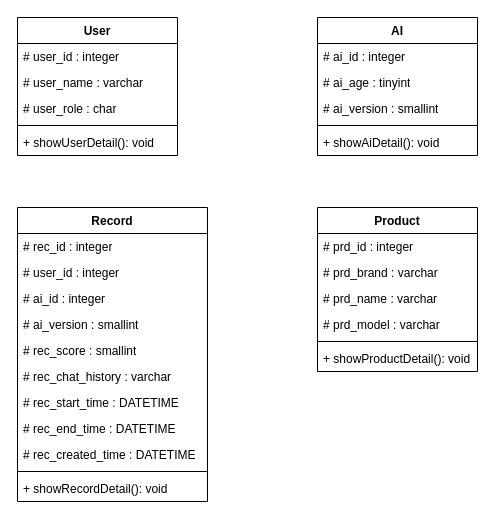
Before: diagrams/class_diagram_design.drawio in University-Bangkok-JW/cs497-project, a draw.io diagram. Source tidied: cells renumbered, new cells numbered last; positions are measured from the earlier drawing's top-left corner, leaving out a move shared by most shapes. Both pictures are drawn from the tidied source at 100%, with x=0, y=0 at pixel (17, 17).
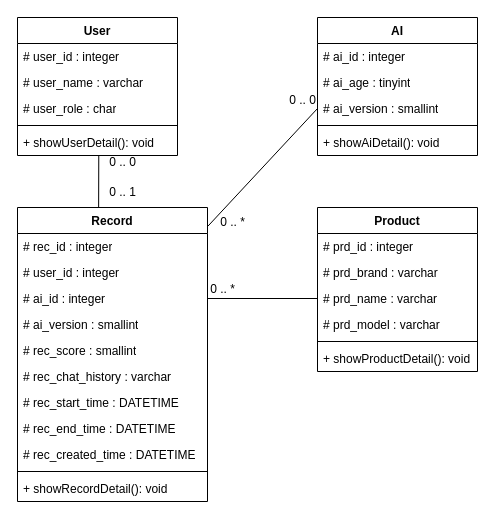
After the change.

Commit message:
Create line relationship

Unchanged cells that the change refers to:
```xml
<mxCell id="7" value="+ showUserDetail(): void" style="text;strokeColor=none;fillColor=none;align=left;verticalAlign=top;spacingLeft=4;spacingRight=4;overflow=hidden;points=[[0,0.5],[1,0.5]];portConstraint=eastwest;whiteSpace=wrap;html=1;" parent="2" vertex="1">
  <mxGeometry y="112" width="160" height="26" as="geometry" />
</mxCell>
<mxCell id="11" value="# ai_version : smallint" style="text;strokeColor=none;fillColor=none;align=left;verticalAlign=top;spacingLeft=4;spacingRight=4;overflow=hidden;points=[[0,0.5],[1,0.5]];portConstraint=eastwest;whiteSpace=wrap;html=1;" parent="8" vertex="1">
  <mxGeometry y="78" width="160" height="26" as="geometry" />
</mxCell>
<mxCell id="17" value="# prd_name&amp;nbsp;: varchar" style="text;strokeColor=none;fillColor=none;align=left;verticalAlign=top;spacingLeft=4;spacingRight=4;overflow=hidden;points=[[0,0.5],[1,0.5]];portConstraint=eastwest;whiteSpace=wrap;html=1;" parent="14" vertex="1">
  <mxGeometry y="78" width="160" height="26" as="geometry" />
</mxCell>
<mxCell id="21" value="Record" style="swimlane;fontStyle=1;align=center;verticalAlign=top;horizontal=1;startSize=26;whiteSpace=wrap;html=1;" parent="1" vertex="1">
  <mxGeometry y="190" width="190" height="294" as="geometry" />
</mxCell>
<mxCell id="24" value="# ai&lt;span style=&quot;background-color: initial;&quot;&gt;_id&lt;/span&gt;&amp;nbsp;: integer" style="text;strokeColor=none;fillColor=none;align=left;verticalAlign=top;spacingLeft=4;spacingRight=4;overflow=hidden;points=[[0,0.5],[1,0.5]];portConstraint=eastwest;whiteSpace=wrap;html=1;" parent="21" vertex="1">
  <mxGeometry y="78" width="190" height="26" as="geometry" />
</mxCell>
```

Diff of the diagram source:
```diff
@@
+    <mxCell id="33" style="endArrow=none;html=1;rounded=0;entryX=0;entryY=0.5;entryDx=0;entryDy=0;exitX=1.003;exitY=0.063;exitDx=0;exitDy=0;exitPerimeter=0;" parent="1" edge="1" source="21" target="11">
+      <mxGeometry relative="1" as="geometry" />
+    </mxCell>
+    <mxCell id="34" style="endArrow=none;html=1;rounded=0;entryX=0.508;entryY=1.001;entryDx=0;entryDy=0;exitX=0.427;exitY=0;exitDx=0;exitDy=0;exitPerimeter=0;entryPerimeter=0;" parent="1" edge="1" source="21" target="7">
+      <mxGeometry relative="1" as="geometry" />
+    </mxCell>
+    <mxCell id="35" style="endArrow=none;html=1;rounded=0;entryX=1;entryY=0.5;entryDx=0;entryDy=0;exitX=0;exitY=0.5;exitDx=0;exitDy=0;" parent="1" edge="1" source="17" target="24">
+      <mxGeometry relative="1" as="geometry" />
+    </mxCell>
+    <mxCell id="36" value="0 .. 0" style="text;html=1;align=center;verticalAlign=middle;strokeColor=none;fillColor=none;" parent="1" vertex="1">
+      <mxGeometry x="260" y="68" width="50" height="30" as="geometry" />
+    </mxCell>
+    <mxCell id="37" value="0 .. *" style="text;html=1;align=center;verticalAlign=middle;strokeColor=none;fillColor=none;" parent="1" vertex="1">
+      <mxGeometry x="190" y="190" width="50" height="30" as="geometry" />
+    </mxCell>
+    <mxCell id="38" value="0 .. *" style="text;html=1;align=center;verticalAlign=middle;strokeColor=none;fillColor=none;" parent="1" vertex="1">
+      <mxGeometry x="180" y="257" width="50" height="30" as="geometry" />
+    </mxCell>
+    <mxCell id="39" value="0 .. 0" style="text;html=1;align=center;verticalAlign=middle;strokeColor=none;fillColor=none;" parent="1" vertex="1">
+      <mxGeometry x="80" y="130" width="50" height="30" as="geometry" />
+    </mxCell>
+    <mxCell id="40" value="0 .. 1" style="text;html=1;align=center;verticalAlign=middle;strokeColor=none;fillColor=none;" parent="1" vertex="1">
+      <mxGeometry x="80" y="160" width="50" height="30" as="geometry" />
+    </mxCell>
```
